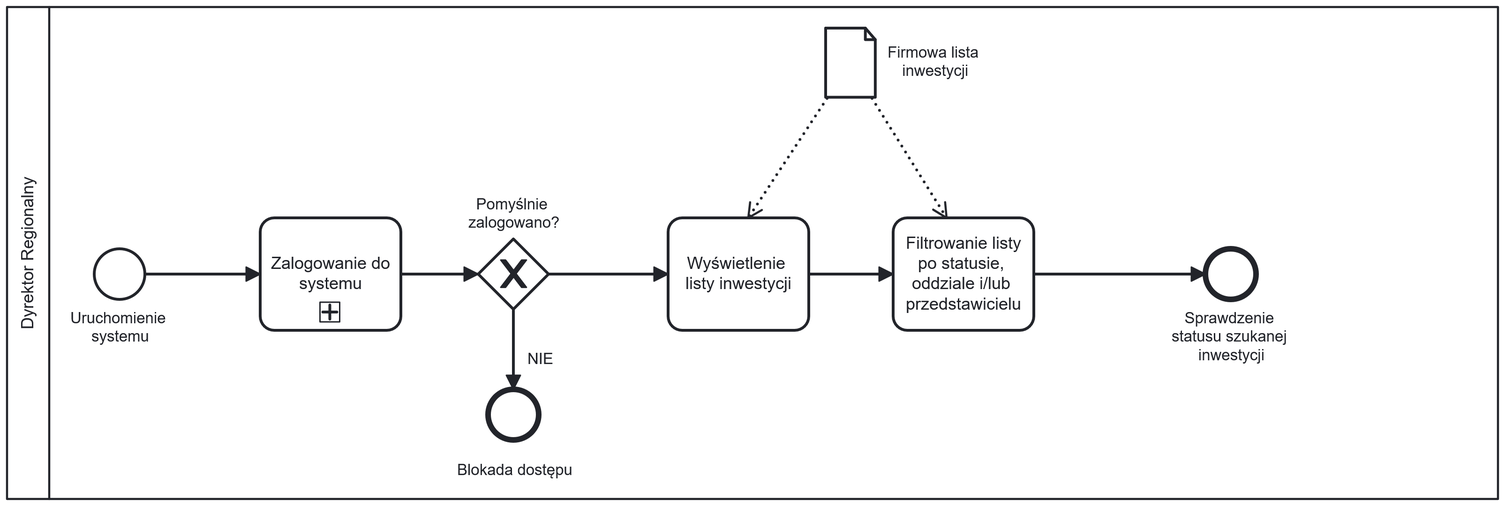
Mackin1232/modelowanie-systemow keeps this BPMN diagram as BPMN/Sprawdzanie statusu inwestycji.png. Above is the earlier version. Its source is kept beside it as BPMN/Sprawdzanie statusu inwestycji.bpmn. Ids are renumbered.
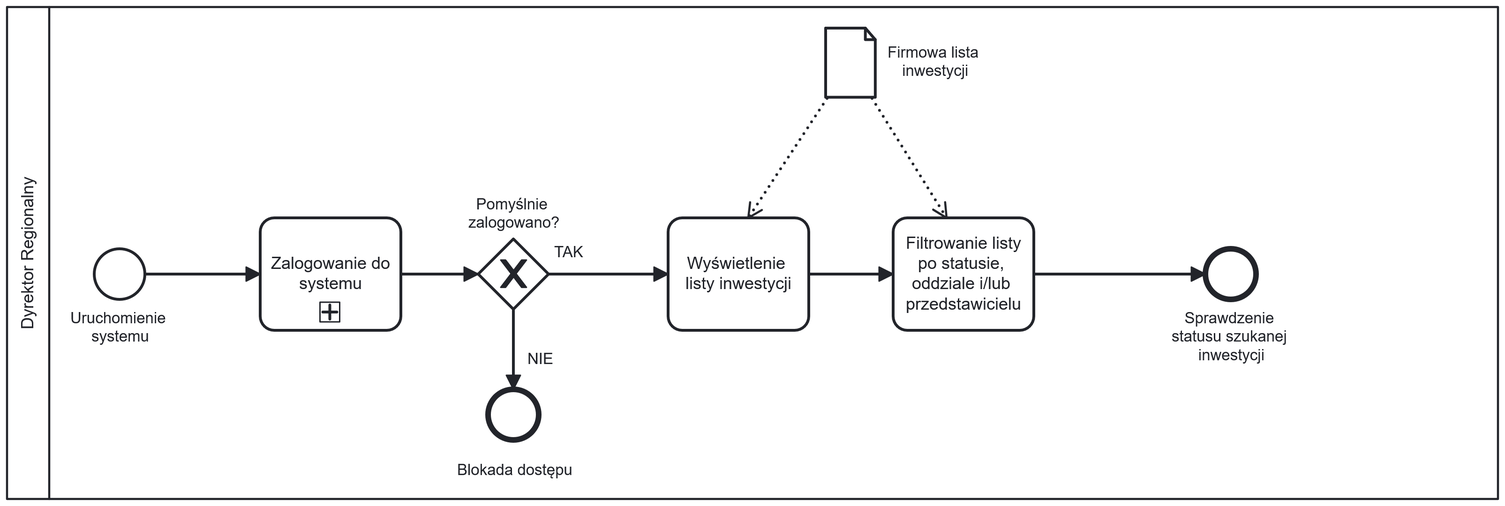
The same diagram one commit later.

Commit message:
Nowy BPMN - sprawdzanie statusu inwestycji

Diff of the diagram source:
```diff
@@ -124,7 +124,7 @@
     <bpmn:sequenceFlow id="Flow_n5" name="NIE" sourceRef="Gateway_n7" targetRef="Event_n4" />
     <bpmn:sequenceFlow id="Flow_n6" sourceRef="StartEvent_1" targetRef="Activity_n21" />
     <bpmn:sequenceFlow id="Flow_n8" sourceRef="Activity_n21" targetRef="Gateway_n7" />
-    <bpmn:sequenceFlow id="Flow_n9" sourceRef="Gateway_n7" targetRef="Activity_n10" />
+    <bpmn:sequenceFlow id="Flow_n9" name="TAK" sourceRef="Gateway_n7" targetRef="Activity_n10" />
     <bpmn:sequenceFlow id="Flow_n11" sourceRef="Activity_n10" targetRef="Activity_n15" />
     <bpmn:sequenceFlow id="Flow_n16" sourceRef="Activity_n15" targetRef="Event_n19" />
   </bpmn:process>
@@ -193,6 +193,9 @@
       <bpmndi:BPMNEdge id="Flow_n9_di" bpmnElement="Flow_n9">
         <di:waypoint x="545" y="270" />
         <di:waypoint x="630" y="270" />
+        <bpmndi:BPMNLabel>
+          <dc:Bounds x="549" y="248" width="21" height="14" />
+        </bpmndi:BPMNLabel>
       </bpmndi:BPMNEdge>
       <bpmndi:BPMNEdge id="Flow_n11_di" bpmnElement="Flow_n11">
         <di:waypoint x="730" y="270" />
```
